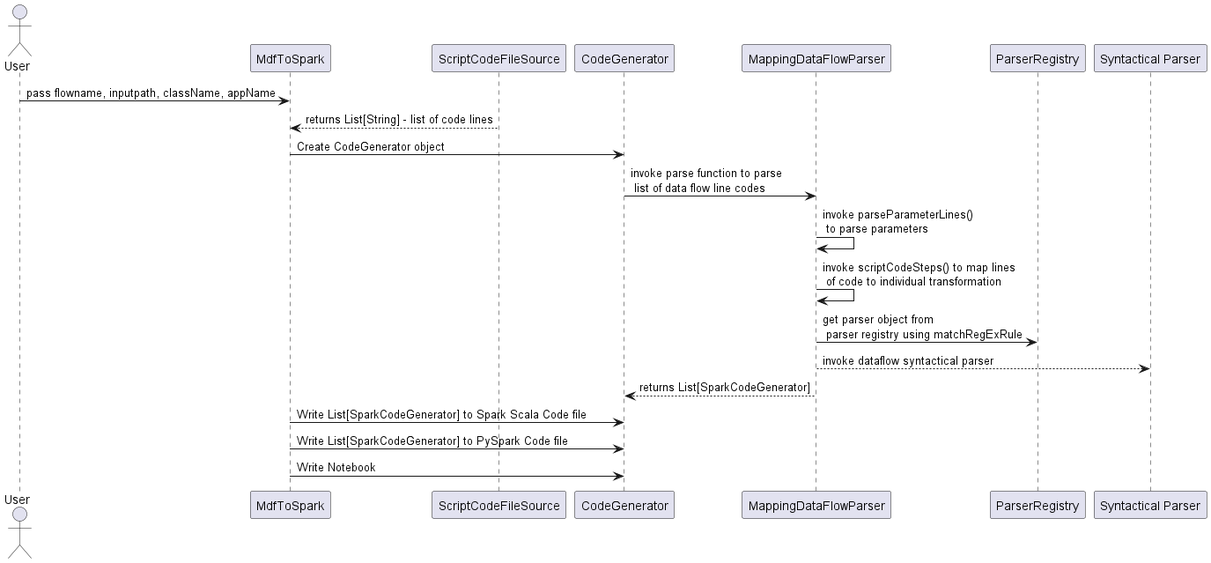
sethiaarun/mapping-data-flow-to-spark keeps this PlantUML diagram as plantuml/images/PlantUmlSequeneDiagram.png. Above is the earlier version.
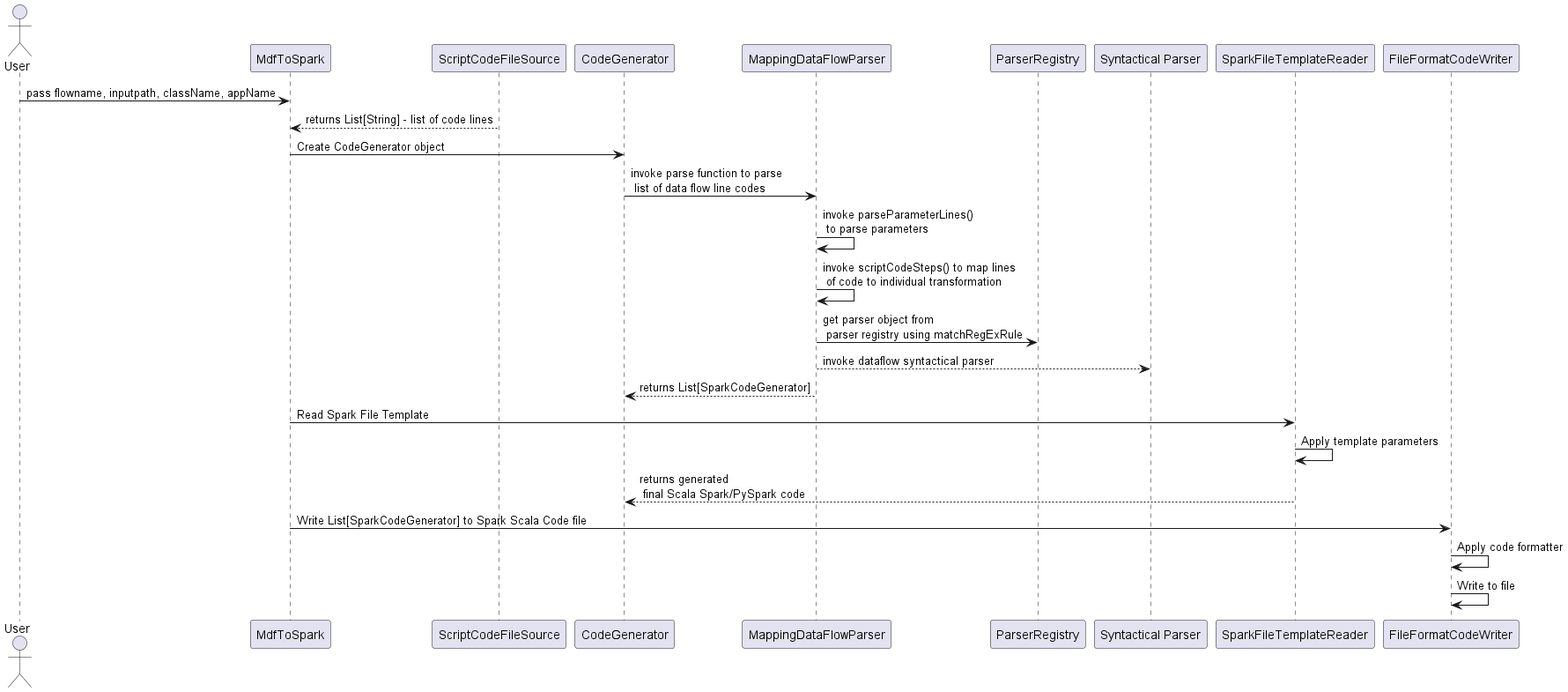
After the commit.

Commit message:
Updated diagram with Template Reader and Writer

Change to the diagram source:
```diff
@@ -11,7 +11,10 @@
 MappingDataFlowParser -> ParserRegistry: get parser object from \n parser registry using matchRegExRule
 MappingDataFlowParser --> "Syntactical Parser" : invoke dataflow syntactical parser
 MappingDataFlowParser -->CodeGenerator : returns List[SparkCodeGenerator]
-MdfToSpark -> CodeGenerator : Write List[SparkCodeGenerator] to Spark Scala Code file
-MdfToSpark -> CodeGenerator : Write List[SparkCodeGenerator] to PySpark Code file
-MdfToSpark -> CodeGenerator : Write Notebook
+MdfToSpark -> SparkFileTemplateReader : Read Spark File Template
+SparkFileTemplateReader -> SparkFileTemplateReader : Apply template parameters
+SparkFileTemplateReader --> CodeGenerator : returns generated \n final Scala Spark/PySpark code
+MdfToSpark -> FileFormatCodeWriter : Write List[SparkCodeGenerator] to Spark Scala Code file
+FileFormatCodeWriter -> FileFormatCodeWriter : Apply code formatter
+FileFormatCodeWriter -> FileFormatCodeWriter : Write to file
 @enduml
```
